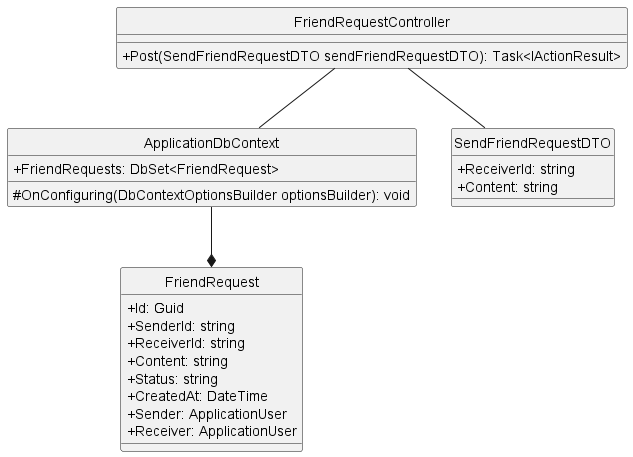
Earlier version of the PlantUML export docs/Class Diagram/Identity/SendFriendRequest/ClassDiagram/sendFriendRequest.png (Carl-Johnsons/Chat-Application). The source it was exported from:
```plantuml
@startuml sendFriendRequest
hide circle
skinparam classAttributeIconSize 0
class FriendRequestController {
    + Post(SendFriendRequestDTO sendFriendRequestDTO): Task<IActionResult>
}

class ApplicationDbContext {
    +FriendRequests: DbSet<FriendRequest>
    #OnConfiguring(DbContextOptionsBuilder optionsBuilder): void
}


class SendFriendRequestDTO {
    +ReceiverId: string
    +Content: string
}

class FriendRequest {
    +Id: Guid
    +SenderId: string
    +ReceiverId: string
    +Content: string
    +Status: string
    +CreatedAt: DateTime
    +Sender: ApplicationUser
    +Receiver: ApplicationUser
}

FriendRequestController -- ApplicationDbContext
FriendRequestController -- SendFriendRequestDTO
ApplicationDbContext --* FriendRequest
@enduml
```
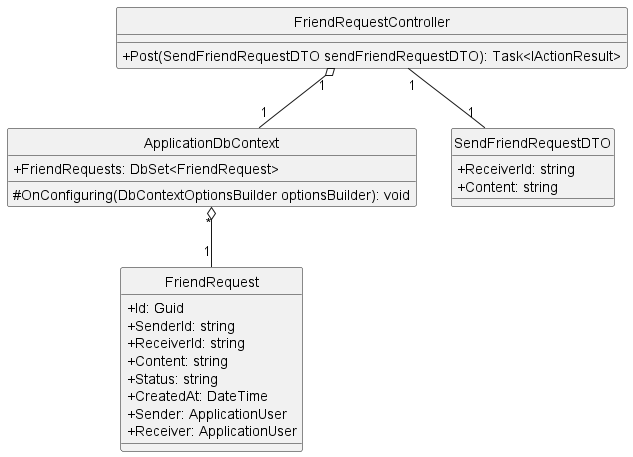
The same diagram one commit later.

Diff of the diagram source:
```diff
@@ -27,7 +27,7 @@
     +Receiver: ApplicationUser
 }
 
-FriendRequestController -- ApplicationDbContext
-FriendRequestController -- SendFriendRequestDTO
-ApplicationDbContext --* FriendRequest
+FriendRequestController "1" o--"1" ApplicationDbContext
+FriendRequestController "1"--"1" SendFriendRequestDTO
+ApplicationDbContext "*" o--"1" FriendRequest
 @enduml
```
